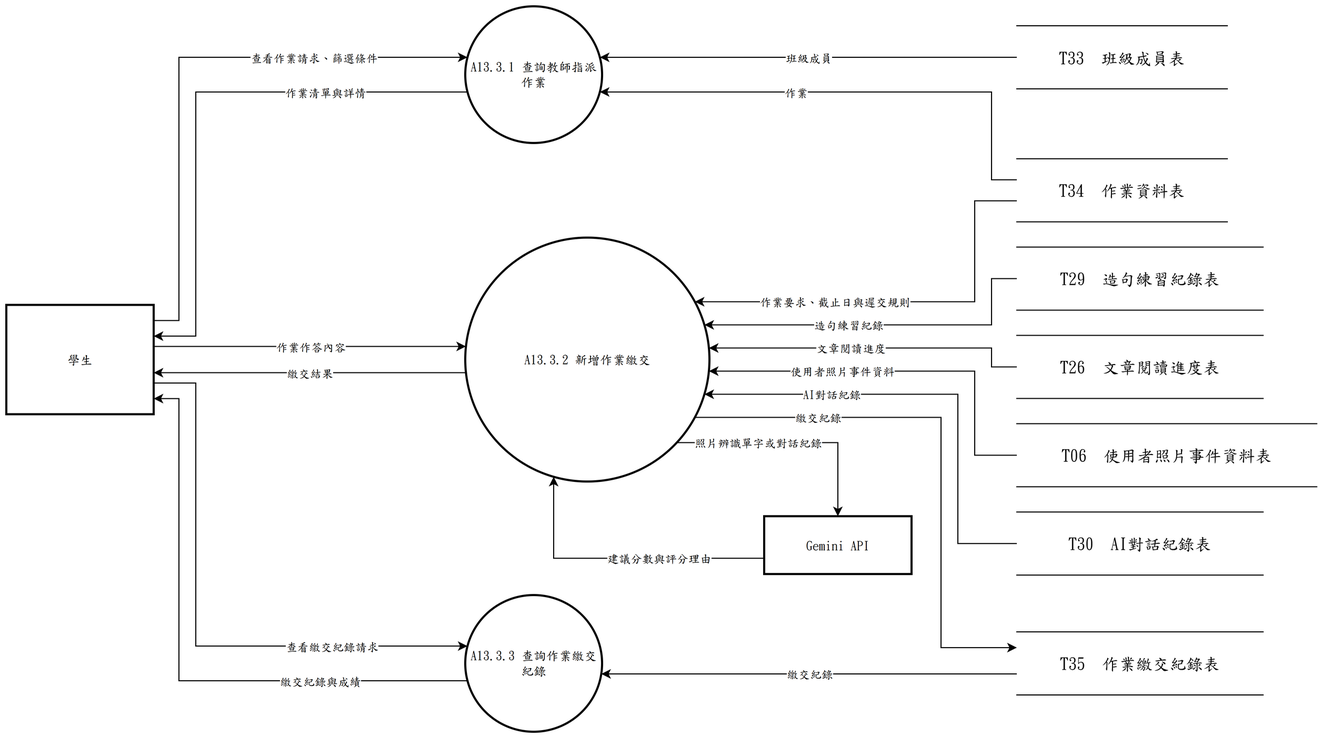
This is 系統文件/第6章/DFD圖/圖13/圖13-3.drawio.png from s22452007/115502, a draw.io export, as it was before one commit. Source tidied: cells renumbered, new cells last; positions are measured from the earlier drawing's top-left corner, leaving out a move shared by most shapes.
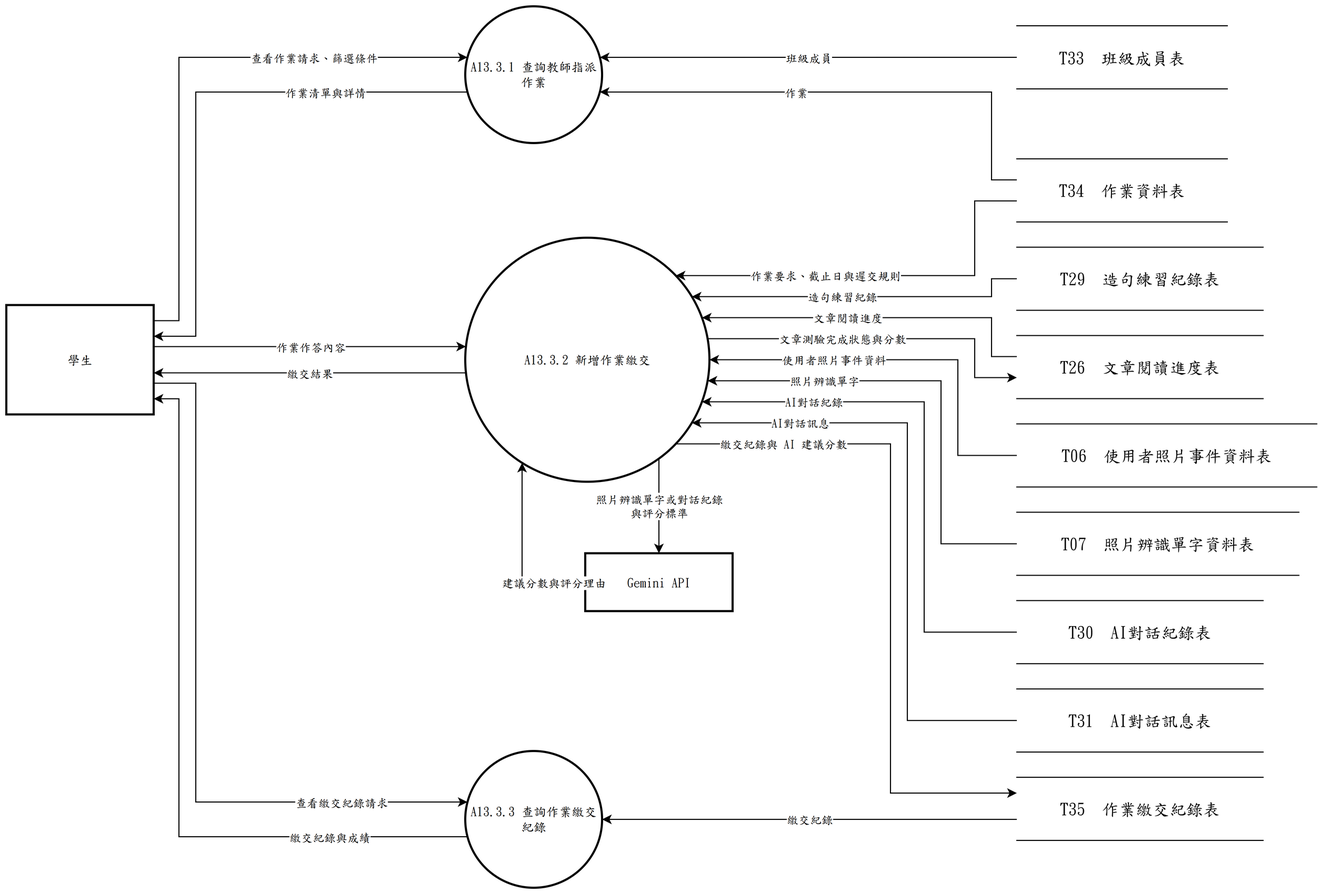
After the change.

Diff of the diagram source:
```diff
@@ -9,7 +9,7 @@
       <mxGeometry x="436" y="220" width="232" height="232" as="geometry" />
     </mxCell>
     <mxCell id="4" value="A13.3.3 查詢作業繳交紀錄" style="ellipse;strokeWidth=2;whiteSpace=wrap;html=1;fontFamily=標楷體;" parent="1" vertex="1">
-      <mxGeometry x="436" y="560" width="130" height="130" as="geometry" />
+      <mxGeometry x="436" y="708" width="130" height="130" as="geometry" />
     </mxCell>
     <mxCell id="5" value="學生" style="whiteSpace=wrap;strokeWidth=2;html=1;fontFamily=標楷體;" parent="1" vertex="1">
       <mxGeometry y="284" width="140" height="104" as="geometry" />
@@ -21,11 +21,17 @@
       <mxGeometry x="960" y="145" width="200" height="60" as="geometry" />
     </mxCell>
     <mxCell id="8" value="T30  AI對話紀錄表" style="shape=partialRectangle;whiteSpace=wrap;html=1;left=0;right=0;fontFamily=標楷體;fontSize=16;" parent="1" vertex="1">
-      <mxGeometry x="960" y="481" width="234" height="60" as="geometry" />
+      <mxGeometry x="960" y="565" width="234" height="60" as="geometry" />
     </mxCell>
+    <mxCell id="48" value="T31  AI對話訊息表" style="shape=partialRectangle;whiteSpace=wrap;html=1;left=0;right=0;fontFamily=標楷體;fontSize=16;" parent="1" vertex="1">
+      <mxGeometry x="960" y="649" width="234" height="60" as="geometry" />
+    </mxCell>
     <mxCell id="9" value="T06  使用者照片事件資料表" style="shape=partialRectangle;whiteSpace=wrap;html=1;left=0;right=0;fontFamily=標楷體;fontSize=16;" parent="1" vertex="1">
       <mxGeometry x="960" y="397" width="285" height="60" as="geometry" />
     </mxCell>
+    <mxCell id="49" value="T07  照片辨識單字資料表" style="shape=partialRectangle;whiteSpace=wrap;html=1;left=0;right=0;fontFamily=標楷體;fontSize=16;" parent="1" vertex="1">
+      <mxGeometry x="960" y="481" width="268" height="60" as="geometry" />
+    </mxCell>
     <mxCell id="10" value="T26  文章閱讀進度表" style="shape=partialRectangle;whiteSpace=wrap;html=1;left=0;right=0;fontFamily=標楷體;fontSize=16;" parent="1" vertex="1">
       <mxGeometry x="960" y="313" width="234" height="60" as="geometry" />
     </mxCell>
@@ -33,7 +39,7 @@
       <mxGeometry x="960" y="229" width="234" height="60" as="geometry" />
     </mxCell>
     <mxCell id="12" value="T35  作業繳交紀錄表" style="shape=partialRectangle;whiteSpace=wrap;html=1;left=0;right=0;fontFamily=標楷體;fontSize=16;" parent="1" vertex="1">
-      <mxGeometry x="960" y="595" width="234" height="60" as="geometry" />
+      <mxGeometry x="960" y="733" width="234" height="60" as="geometry" />
     </mxCell>
     <mxCell id="13" style="edgeStyle=none;rounded=0;html=1;fontFamily=標楷體;endArrow=classic;exitX=1.0000;exitY=0.1429;exitDx=0;exitDy=0;exitPerimeter=0;entryX=0.0163;entryY=0.3733;entryDx=0;entryDy=0;entryPerimeter=0;" parent="1" edge="1" source="5" target="2">
       <mxGeometry relative="1" as="geometry">
@@ -80,16 +86,16 @@
     <mxCell id="22" value="作業作答內容" style="edgeLabel;html=1;align=center;verticalAlign=middle;fontFamily=標楷體;" parent="21" vertex="1">
       <mxGeometry relative="1" as="geometry" />
     </mxCell>
-    <mxCell id="23" style="edgeStyle=none;rounded=0;html=1;fontFamily=標楷體;endArrow=classic;exitX=0.0000;exitY=0.6667;exitDx=0;exitDy=0;exitPerimeter=0;entryX=0.9402;entryY=0.2629;entryDx=0;entryDy=0;entryPerimeter=0;" parent="1" edge="1" source="7" target="3">
+    <mxCell id="23" style="edgeStyle=none;rounded=0;html=1;fontFamily=標楷體;endArrow=classic;exitX=0.0000;exitY=0.6667;exitDx=0;exitDy=0;exitPerimeter=0;entryX=0.8621;entryY=0.1552;entryDx=0;entryDy=0;entryPerimeter=0;" parent="1" edge="1" source="7" target="3">
       <mxGeometry relative="1" as="geometry">
         <Array as="points">
           <mxPoint x="920" y="185" />
-          <mxPoint x="920" y="281" />
+          <mxPoint x="920" y="256" />
         </Array>
       </mxGeometry>
     </mxCell>
     <mxCell id="24" value="作業要求、截止日與遲交規則" style="edgeLabel;html=1;align=center;verticalAlign=middle;fontFamily=標楷體;" parent="23" vertex="1">
-      <mxGeometry x="0.34" relative="1" as="geometry" />
+      <mxGeometry x="0.28" relative="1" as="geometry" />
     </mxCell>
     <mxCell id="25" style="edgeStyle=none;rounded=0;html=1;fontFamily=標楷體;endArrow=classic;exitX=0.0029;exitY=0.5538;exitDx=0;exitDy=0;exitPerimeter=0;entryX=1.0000;entryY=0.6200;entryDx=0;entryDy=0;entryPerimeter=0;" parent="1" edge="1" source="3" target="5">
       <mxGeometry relative="1" as="geometry" />
@@ -97,29 +103,29 @@
     <mxCell id="26" value="繳交結果" style="edgeLabel;html=1;align=center;verticalAlign=middle;fontFamily=標楷體;" parent="25" vertex="1">
       <mxGeometry relative="1" as="geometry" />
     </mxCell>
-    <mxCell id="27" style="edgeStyle=none;rounded=0;html=1;fontFamily=標楷體;endArrow=classic;exitX=0.9402;exitY=0.7371;exitDx=0;exitDy=0;exitPerimeter=0;entryX=0.0000;entryY=0.2500;entryDx=0;entryDy=0;entryPerimeter=0;" parent="1" edge="1" source="3" target="12">
+    <mxCell id="27" style="edgeStyle=none;rounded=0;html=1;fontFamily=標楷體;endArrow=classic;exitX=0.8621;exitY=0.8448;exitDx=0;exitDy=0;exitPerimeter=0;entryX=0.0000;entryY=0.2500;entryDx=0;entryDy=0;entryPerimeter=0;" parent="1" edge="1" source="3" target="12">
       <mxGeometry relative="1" as="geometry">
         <Array as="points">
-          <mxPoint x="888" y="391" />
-          <mxPoint x="888" y="610" />
+          <mxPoint x="840" y="416" />
+          <mxPoint x="840" y="748" />
         </Array>
       </mxGeometry>
     </mxCell>
-    <mxCell id="28" value="繳交紀錄" style="edgeLabel;html=1;align=center;verticalAlign=middle;fontFamily=標楷體;" parent="27" vertex="1">
-      <mxGeometry x="-0.55" relative="1" as="geometry" />
+    <mxCell id="28" value="繳交紀錄與 AI 建議分數" style="edgeLabel;html=1;align=center;verticalAlign=middle;fontFamily=標楷體;" parent="27" vertex="1">
+      <mxGeometry x="-0.69" relative="1" as="geometry" />
     </mxCell>
     <mxCell id="29" style="edgeStyle=none;rounded=0;html=1;fontFamily=標楷體;endArrow=classic;exitX=1.0000;exitY=0.7143;exitDx=0;exitDy=0;exitPerimeter=0;entryX=0.0163;entryY=0.3733;entryDx=0;entryDy=0;entryPerimeter=0;" parent="1" edge="1" source="5" target="4">
       <mxGeometry relative="1" as="geometry">
         <Array as="points">
           <mxPoint x="180" y="358.3" />
-          <mxPoint x="180" y="608.5" />
+          <mxPoint x="180" y="756.5" />
         </Array>
       </mxGeometry>
     </mxCell>
     <mxCell id="30" value="查看繳交紀錄請求" style="edgeLabel;html=1;align=center;verticalAlign=middle;fontFamily=標楷體;" parent="29" vertex="1">
-      <mxGeometry x="0.53" relative="1" as="geometry" />
+      <mxGeometry x="0.65" relative="1" as="geometry" />
     </mxCell>
-    <mxCell id="31" style="edgeStyle=none;rounded=0;html=1;fontFamily=標楷體;endArrow=classic;exitX=0.0000;exitY=0.6667;exitDx=0;exitDy=0;exitPerimeter=0;entryX=0.9940;entryY=0.5769;entryDx=0;entryDy=0;entryPerimeter=0;" parent="1" edge="1" source="12" target="4">
+    <mxCell id="31" style="edgeStyle=none;rounded=0;html=1;fontFamily=標楷體;endArrow=classic;exitX=0.0000;exitY=0.6667;exitDx=0;exitDy=0;exitPerimeter=0;entryX=1.0000;entryY=0.5000;entryDx=0;entryDy=0;entryPerimeter=0;" parent="1" edge="1" source="12" target="4">
       <mxGeometry relative="1" as="geometry" />
     </mxCell>
     <mxCell id="32" value="繳交紀錄" style="edgeLabel;html=1;align=center;verticalAlign=middle;fontFamily=標楷體;" parent="31" vertex="1">
@@ -128,80 +134,109 @@
     <mxCell id="33" style="edgeStyle=none;rounded=0;html=1;fontFamily=標楷體;endArrow=classic;exitX=0.0163;exitY=0.6267;exitDx=0;exitDy=0;exitPerimeter=0;entryX=1.0000;entryY=0.8571;entryDx=0;entryDy=0;entryPerimeter=0;" parent="1" edge="1" source="4" target="5">
       <mxGeometry relative="1" as="geometry">
         <Array as="points">
-          <mxPoint x="164" y="641.5" />
+          <mxPoint x="164" y="789.5" />
           <mxPoint x="164" y="373.1" />
         </Array>
       </mxGeometry>
     </mxCell>
     <mxCell id="34" value="繳交紀錄與成績" style="edgeLabel;html=1;align=center;verticalAlign=middle;fontFamily=標楷體;" parent="33" vertex="1">
-      <mxGeometry x="-0.51" relative="1" as="geometry" />
+      <mxGeometry x="-0.63" relative="1" as="geometry" />
     </mxCell>
     <mxCell id="35" value="Gemini API" style="whiteSpace=wrap;strokeWidth=2;html=1;fontFamily=標楷體;" parent="1" vertex="1">
-      <mxGeometry x="720" y="485" width="140" height="55" as="geometry" />
+      <mxGeometry x="550" y="520" width="140" height="55" as="geometry" />
     </mxCell>
-    <mxCell id="36" style="edgeStyle=none;rounded=0;html=1;fontFamily=標楷體;endArrow=classic;exitX=0.8661;exitY=0.8405;exitDx=0;exitDy=0;exitPerimeter=0;entryX=0.5000;entryY=0.0000;entryDx=0;entryDy=0;entryPerimeter=0;" parent="1" edge="1" source="3" target="35">
-      <mxGeometry relative="1" as="geometry">
-        <Array as="points">
-          <mxPoint x="790" y="415" />
-        </Array>
-      </mxGeometry>
+    <mxCell id="36" style="edgeStyle=none;rounded=0;html=1;fontFamily=標楷體;endArrow=classic;exitX=0.7931;exitY=0.9051;exitDx=0;exitDy=0;exitPerimeter=0;entryX=0.5000;entryY=0.0000;entryDx=0;entryDy=0;entryPerimeter=0;" parent="1" edge="1" source="3" target="35">
+      <mxGeometry relative="1" as="geometry" />
     </mxCell>
-    <mxCell id="37" value="照片辨識單字或對話紀錄" style="edgeLabel;html=1;align=center;verticalAlign=middle;fontFamily=標楷體;" parent="36" vertex="1">
-      <mxGeometry x="-0.31" relative="1" as="geometry" />
+    <mxCell id="37" value="照片辨識單字或對話紀錄&lt;br&gt;與評分標準" style="edgeLabel;html=1;align=center;verticalAlign=middle;fontFamily=標楷體;" parent="36" vertex="1">
+      <mxGeometry relative="1" as="geometry" />
     </mxCell>
-    <mxCell id="38" style="edgeStyle=none;rounded=0;html=1;fontFamily=標楷體;endArrow=classic;exitX=0.0000;exitY=0.7273;exitDx=0;exitDy=0;exitPerimeter=0;entryX=0.3621;entryY=0.9806;entryDx=0;entryDy=0;entryPerimeter=0;" parent="1" edge="1" source="35" target="3">
+    <mxCell id="38" style="edgeStyle=none;rounded=0;html=1;fontFamily=標楷體;endArrow=classic;exitX=0.0000;exitY=0.5000;exitDx=0;exitDy=0;exitPerimeter=0;entryX=0.2328;entryY=0.9226;entryDx=0;entryDy=0;entryPerimeter=0;" parent="1" edge="1" source="35" target="3">
       <mxGeometry relative="1" as="geometry">
         <Array as="points">
-          <mxPoint x="520" y="525" />
+          <mxPoint x="490" y="547.5" />
         </Array>
       </mxGeometry>
     </mxCell>
     <mxCell id="39" value="建議分數與評分理由" style="edgeLabel;html=1;align=center;verticalAlign=middle;fontFamily=標楷體;" parent="38" vertex="1">
-      <mxGeometry x="-0.28" relative="1" as="geometry" />
+      <mxGeometry x="-0.65" relative="1" as="geometry" />
     </mxCell>
-    <mxCell id="40" style="edgeStyle=none;rounded=0;html=1;fontFamily=標楷體;endArrow=classic;exitX=0.0000;exitY=0.5000;exitDx=0;exitDy=0;exitPerimeter=0;entryX=0.9793;entryY=0.3578;entryDx=0;entryDy=0;entryPerimeter=0;" parent="1" edge="1" source="11" target="3">
+    <mxCell id="40" style="edgeStyle=none;rounded=0;html=1;fontFamily=標楷體;endArrow=classic;exitX=0.0000;exitY=0.5000;exitDx=0;exitDy=0;exitPerimeter=0;entryX=0.9279;entryY=0.2414;entryDx=0;entryDy=0;entryPerimeter=0;" parent="1" edge="1" source="11" target="3">
       <mxGeometry relative="1" as="geometry">
         <Array as="points">
           <mxPoint x="936" y="259" />
-          <mxPoint x="936" y="303" />
+          <mxPoint x="936" y="276" />
         </Array>
       </mxGeometry>
     </mxCell>
     <mxCell id="41" value="造句練習紀錄" style="edgeLabel;html=1;align=center;verticalAlign=middle;fontFamily=標楷體;" parent="40" vertex="1">
-      <mxGeometry x="0.2" relative="1" as="geometry" />
+      <mxGeometry x="0.13" relative="1" as="geometry" />
     </mxCell>
-    <mxCell id="42" style="edgeStyle=none;rounded=0;html=1;fontFamily=標楷體;endArrow=classic;exitX=0.0000;exitY=0.5000;exitDx=0;exitDy=0;exitPerimeter=0;entryX=0.9977;entryY=0.4526;entryDx=0;entryDy=0;entryPerimeter=0;" parent="1" edge="1" source="10" target="3">
+    <mxCell id="42" style="edgeStyle=none;rounded=0;html=1;fontFamily=標楷體;endArrow=classic;exitX=0.0000;exitY=0.3333;exitDx=0;exitDy=0;exitPerimeter=0;entryX=0.9693;entryY=0.3276;entryDx=0;entryDy=0;entryPerimeter=0;" parent="1" edge="1" source="10" target="3">
       <mxGeometry relative="1" as="geometry">
         <Array as="points">
-          <mxPoint x="936" y="343" />
-          <mxPoint x="936" y="325" />
+          <mxPoint x="936" y="333" />
+          <mxPoint x="936" y="296" />
         </Array>
       </mxGeometry>
     </mxCell>
     <mxCell id="43" value="文章閱讀進度" style="edgeLabel;html=1;align=center;verticalAlign=middle;fontFamily=標楷體;" parent="42" vertex="1">
-      <mxGeometry x="0.14" relative="1" as="geometry" />
+      <mxGeometry x="0.18" relative="1" as="geometry" />
     </mxCell>
-    <mxCell id="44" style="edgeStyle=none;rounded=0;html=1;fontFamily=標楷體;endArrow=classic;exitX=0.0000;exitY=0.5000;exitDx=0;exitDy=0;exitPerimeter=0;entryX=0.9977;entryY=0.5474;entryDx=0;entryDy=0;entryPerimeter=0;" parent="1" edge="1" source="9" target="3">
+    <mxCell id="44" style="edgeStyle=none;rounded=0;html=1;fontFamily=標楷體;endArrow=classic;exitX=0.0000;exitY=0.5000;exitDx=0;exitDy=0;exitPerimeter=0;entryX=1.0000;entryY=0.5000;entryDx=0;entryDy=0;entryPerimeter=0;" parent="1" edge="1" source="9" target="3">
       <mxGeometry relative="1" as="geometry">
         <Array as="points">
-          <mxPoint x="920" y="427" />
-          <mxPoint x="920" y="347" />
+          <mxPoint x="904" y="427" />
+          <mxPoint x="904" y="336" />
         </Array>
       </mxGeometry>
     </mxCell>
     <mxCell id="45" value="使用者照片事件資料" style="edgeLabel;html=1;align=center;verticalAlign=middle;fontFamily=標楷體;" parent="44" vertex="1">
-      <mxGeometry x="0.32" relative="1" as="geometry" />
+      <mxGeometry x="0.38" relative="1" as="geometry" />
     </mxCell>
-    <mxCell id="46" style="edgeStyle=none;rounded=0;html=1;fontFamily=標楷體;endArrow=classic;exitX=0.0000;exitY=0.5000;exitDx=0;exitDy=0;exitPerimeter=0;entryX=0.9793;entryY=0.6422;entryDx=0;entryDy=0;entryPerimeter=0;" parent="1" edge="1" source="8" target="3">
+    <mxCell id="46" style="edgeStyle=none;rounded=0;html=1;fontFamily=標楷體;endArrow=classic;exitX=0.0000;exitY=0.5000;exitDx=0;exitDy=0;exitPerimeter=0;entryX=0.9693;entryY=0.6724;entryDx=0;entryDy=0;entryPerimeter=0;" parent="1" edge="1" source="8" target="3">
       <mxGeometry relative="1" as="geometry">
         <Array as="points">
-          <mxPoint x="904" y="511" />
-          <mxPoint x="904" y="369" />
+          <mxPoint x="872" y="595" />
+          <mxPoint x="872" y="376" />
         </Array>
       </mxGeometry>
     </mxCell>
     <mxCell id="47" value="AI對話紀錄" style="edgeLabel;html=1;align=center;verticalAlign=middle;fontFamily=標楷體;" parent="46" vertex="1">
-      <mxGeometry x="0.45" relative="1" as="geometry" />
+      <mxGeometry x="0.59" relative="1" as="geometry" />
     </mxCell>
+    <mxCell id="50" style="edgeStyle=none;rounded=0;html=1;fontFamily=標楷體;endArrow=classic;exitX=0.0000;exitY=0.5000;exitDx=0;exitDy=0;exitPerimeter=0;entryX=0.9925;entryY=0.5862;entryDx=0;entryDy=0;entryPerimeter=0;" parent="1" edge="1" source="49" target="3">
+      <mxGeometry relative="1" as="geometry">
+        <Array as="points">
+          <mxPoint x="888" y="511" />
+          <mxPoint x="888" y="356" />
+        </Array>
+      </mxGeometry>
+    </mxCell>
+    <mxCell id="51" value="照片辨識單字" style="edgeLabel;html=1;align=center;verticalAlign=middle;fontFamily=標楷體;" parent="50" vertex="1">
+      <mxGeometry x="0.51" relative="1" as="geometry" />
+    </mxCell>
+    <mxCell id="52" style="edgeStyle=none;rounded=0;html=1;fontFamily=標楷體;endArrow=classic;exitX=0.0000;exitY=0.5000;exitDx=0;exitDy=0;exitPerimeter=0;entryX=0.9279;entryY=0.7586;entryDx=0;entryDy=0;entryPerimeter=0;" parent="1" edge="1" source="48" target="3">
+      <mxGeometry relative="1" as="geometry">
+        <Array as="points">
+          <mxPoint x="856" y="679" />
+          <mxPoint x="856" y="396" />
+        </Array>
+      </mxGeometry>
+    </mxCell>
+    <mxCell id="53" value="AI對話訊息" style="edgeLabel;html=1;align=center;verticalAlign=middle;fontFamily=標楷體;" parent="52" vertex="1">
+      <mxGeometry x="0.65" relative="1" as="geometry" />
+    </mxCell>
+    <mxCell id="54" style="edgeStyle=none;rounded=0;html=1;fontFamily=標楷體;endArrow=classic;exitX=0.9925;exitY=0.4138;exitDx=0;exitDy=0;exitPerimeter=0;entryX=0.0000;entryY=0.6667;entryDx=0;entryDy=0;entryPerimeter=0;" parent="1" edge="1" source="3" target="10">
+      <mxGeometry relative="1" as="geometry">
+        <Array as="points">
+          <mxPoint x="920" y="316" />
+          <mxPoint x="920" y="353" />
+        </Array>
+      </mxGeometry>
+    </mxCell>
+    <mxCell id="55" value="文章測驗完成狀態與分數" style="edgeLabel;html=1;align=center;verticalAlign=middle;fontFamily=標楷體;" parent="54" vertex="1">
+      <mxGeometry x="-0.23" relative="1" as="geometry" />
+    </mxCell>
   </root>
 </mxGraphModel>
```
